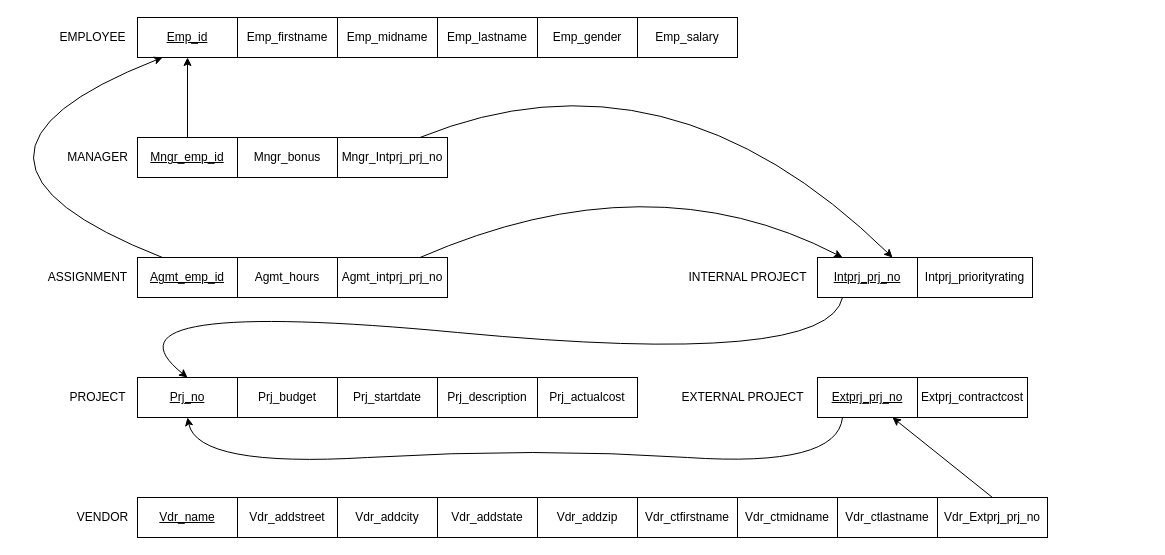
Before: da.drawio in LarryChenCode/IS7020_diagrams, a draw.io diagram. Source tidied: cells renumbered, new cells numbered last; positions are measured from the earlier drawing's top-left corner, leaving out a move shared by most shapes. Both pictures are drawn from the tidied source at 100%, with x=0, y=0 at pixel (-93, 17).
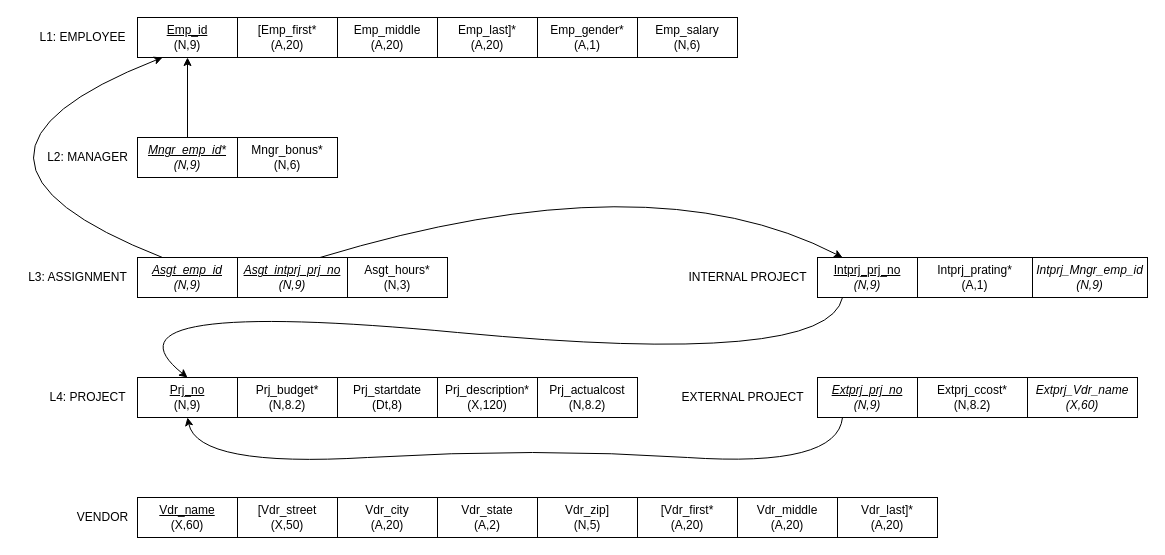
Above is the later version.

Change to the diagram source:
```diff
@@
-    <mxCell id="2" value="EMPLOYEE" style="text;html=1;align=center;verticalAlign=middle;strokeColor=none;fillColor=none;" parent="1" vertex="1">
-      <mxGeometry x="140" y="5" width="90" height="30" as="geometry" />
+    <mxCell id="2" value="L1: EMPLOYEE" style="text;html=1;align=center;verticalAlign=middle;strokeColor=none;fillColor=none;" parent="1" vertex="1">
+      <mxGeometry x="120" y="5" width="110" height="30" as="geometry" />
     </mxCell>
-    <mxCell id="3" value="&lt;u&gt;Emp_id&lt;/u&gt;" style="whiteSpace=wrap;html=1;align=center;" parent="1" vertex="1">
+    <mxCell id="3" value="&lt;u&gt;Emp_id&lt;/u&gt;&lt;div&gt;(N,9)&lt;/div&gt;" style="whiteSpace=wrap;html=1;align=center;" parent="1" vertex="1">
       <mxGeometry x="230" width="100" height="40" as="geometry" />
     </mxCell>
-    <mxCell id="4" value="Emp_firstname" style="whiteSpace=wrap;html=1;align=center;" parent="1" vertex="1">
+    <mxCell id="4" value="[Emp_first*&lt;div&gt;(A,20)&lt;/div&gt;" style="whiteSpace=wrap;html=1;align=center;" parent="1" vertex="1">
       <mxGeometry x="330" width="100" height="40" as="geometry" />
     </mxCell>
-    <mxCell id="5" value="Emp_midname" style="whiteSpace=wrap;html=1;align=center;" parent="1" vertex="1">
+    <mxCell id="5" value="Emp_middle&lt;div&gt;(A,20)&lt;/div&gt;" style="whiteSpace=wrap;html=1;align=center;" parent="1" vertex="1">
       <mxGeometry x="430" width="100" height="40" as="geometry" />
     </mxCell>
-    <mxCell id="6" value="Emp_lastname" style="whiteSpace=wrap;html=1;align=center;" parent="1" vertex="1">
+    <mxCell id="6" value="Emp_last]*&lt;div&gt;(A,20)&lt;/div&gt;" style="whiteSpace=wrap;html=1;align=center;" parent="1" vertex="1">
       <mxGeometry x="530" width="100" height="40" as="geometry" />
     </mxCell>
-    <mxCell id="7" value="MANAGER" style="text;html=1;align=center;verticalAlign=middle;strokeColor=none;fillColor=none;" parent="1" vertex="1">
-      <mxGeometry x="150" y="125" width="80" height="30" as="geometry" />
+    <mxCell id="7" value="L2: MANAGER" style="text;html=1;align=center;verticalAlign=middle;strokeColor=none;fillColor=none;" parent="1" vertex="1">
+      <mxGeometry x="130" y="125" width="100" height="30" as="geometry" />
     </mxCell>
-    <mxCell id="8" value="&lt;u&gt;Mngr_emp_id&lt;/u&gt;" style="whiteSpace=wrap;html=1;align=center;" parent="1" vertex="1">
+    <mxCell id="8" value="&lt;u&gt;&lt;i&gt;Mngr_emp_id*&lt;/i&gt;&lt;/u&gt;&lt;div&gt;&lt;i&gt;(N,9)&lt;/i&gt;&lt;/div&gt;" style="whiteSpace=wrap;html=1;align=center;" parent="1" vertex="1">
       <mxGeometry x="230" y="120" width="100" height="40" as="geometry" />
     </mxCell>
-    <mxCell id="9" value="Mngr_bonus" style="whiteSpace=wrap;html=1;align=center;" parent="1" vertex="1">
+    <mxCell id="9" value="Mngr_bonus*&lt;div&gt;(N,6)&lt;/div&gt;" style="whiteSpace=wrap;html=1;align=center;" parent="1" vertex="1">
       <mxGeometry x="330" y="120" width="100" height="40" as="geometry" />
     </mxCell>
-    <mxCell id="10" value="ASSIGNMENT" style="text;html=1;align=center;verticalAlign=middle;strokeColor=none;fillColor=none;" parent="1" vertex="1">
-      <mxGeometry x="130" y="245" width="100" height="30" as="geometry" />
+    <mxCell id="10" value="L3: ASSIGNMENT" style="text;html=1;align=center;verticalAlign=middle;strokeColor=none;fillColor=none;" parent="1" vertex="1">
+      <mxGeometry x="110" y="245" width="120" height="30" as="geometry" />
     </mxCell>
-    <mxCell id="11" value="Agmt_hours" style="whiteSpace=wrap;html=1;align=center;" parent="1" vertex="1">
-      <mxGeometry x="330" y="240" width="100" height="40" as="geometry" />
+    <mxCell id="11" value="Asgt_hours*&lt;div&gt;(N,3)&lt;/div&gt;" style="whiteSpace=wrap;html=1;align=center;" parent="1" vertex="1">
+      <mxGeometry x="440" y="240" width="100" height="40" as="geometry" />
     </mxCell>
-    <mxCell id="12" value="Emp_gender" style="whiteSpace=wrap;html=1;align=center;" parent="1" vertex="1">
+    <mxCell id="12" value="Emp_gender*&lt;div&gt;(A,1)&lt;/div&gt;" style="whiteSpace=wrap;html=1;align=center;" parent="1" vertex="1">
       <mxGeometry x="630" width="100" height="40" as="geometry" />
     </mxCell>
-    <mxCell id="13" value="Emp_salary" style="whiteSpace=wrap;html=1;align=center;" parent="1" vertex="1">
+    <mxCell id="13" value="Emp_salary&lt;div&gt;(N,6)&lt;/div&gt;" style="whiteSpace=wrap;html=1;align=center;" parent="1" vertex="1">
       <mxGeometry x="730" width="100" height="40" as="geometry" />
     </mxCell>
@@
-    <mxCell id="15" value="Intprj_priorityrating" style="whiteSpace=wrap;html=1;align=center;" parent="1" vertex="1">
+    <mxCell id="15" value="Intprj_prating*&lt;div&gt;(A,1)&lt;/div&gt;" style="whiteSpace=wrap;html=1;align=center;" parent="1" vertex="1">
       <mxGeometry x="1010" y="240" width="115" height="40" as="geometry" />
     </mxCell>
@@
-    <mxCell id="17" value="Extprj_contractcost" style="whiteSpace=wrap;html=1;align=center;" parent="1" vertex="1">
+    <mxCell id="17" value="Extprj_ccost*&lt;div&gt;(N,8.2)&lt;/div&gt;" style="whiteSpace=wrap;html=1;align=center;" parent="1" vertex="1">
       <mxGeometry x="1010" y="360" width="110" height="40" as="geometry" />
     </mxCell>
-    <mxCell id="18" value="PROJECT" style="text;html=1;align=center;verticalAlign=middle;strokeColor=none;fillColor=none;" parent="1" vertex="1">
-      <mxGeometry x="150" y="365" width="80" height="30" as="geometry" />
+    <mxCell id="18" value="L4: PROJECT" style="text;html=1;align=center;verticalAlign=middle;strokeColor=none;fillColor=none;" parent="1" vertex="1">
+      <mxGeometry x="130" y="365" width="100" height="30" as="geometry" />
     </mxCell>
-    <mxCell id="19" value="&lt;u&gt;Prj_no&lt;/u&gt;" style="whiteSpace=wrap;html=1;align=center;" parent="1" vertex="1">
+    <mxCell id="19" value="&lt;u&gt;Prj_no&lt;/u&gt;&lt;div&gt;(N,9)&lt;/div&gt;" style="whiteSpace=wrap;html=1;align=center;" parent="1" vertex="1">
       <mxGeometry x="230" y="360" width="100" height="40" as="geometry" />
     </mxCell>
-    <mxCell id="20" value="Prj_budget" style="whiteSpace=wrap;html=1;align=center;" parent="1" vertex="1">
+    <mxCell id="20" value="Prj_budget*&lt;div&gt;(N,8.2)&lt;/div&gt;" style="whiteSpace=wrap;html=1;align=center;" parent="1" vertex="1">
       <mxGeometry x="330" y="360" width="100" height="40" as="geometry" />
     </mxCell>
-    <mxCell id="21" value="Prj_startdate" style="whiteSpace=wrap;html=1;align=center;" parent="1" vertex="1">
+    <mxCell id="21" value="Prj_startdate&lt;div&gt;(Dt,8)&lt;/div&gt;" style="whiteSpace=wrap;html=1;align=center;" parent="1" vertex="1">
       <mxGeometry x="430" y="360" width="100" height="40" as="geometry" />
     </mxCell>
-    <mxCell id="22" value="Prj_description" style="whiteSpace=wrap;html=1;align=center;" parent="1" vertex="1">
+    <mxCell id="22" value="Prj_description*&lt;div&gt;(X,120)&lt;/div&gt;" style="whiteSpace=wrap;html=1;align=center;" parent="1" vertex="1">
       <mxGeometry x="530" y="360" width="100" height="40" as="geometry" />
     </mxCell>
-    <mxCell id="23" value="Prj_actualcost" style="whiteSpace=wrap;html=1;align=center;" parent="1" vertex="1">
+    <mxCell id="23" value="Prj_actualcost&lt;div&gt;(N,8.2)&lt;/div&gt;" style="whiteSpace=wrap;html=1;align=center;" parent="1" vertex="1">
       <mxGeometry x="630" y="360" width="100" height="40" as="geometry" />
     </mxCell>
-    <mxCell id="24" value="&lt;u&gt;Intprj_prj_no&lt;/u&gt;" style="whiteSpace=wrap;html=1;align=center;" parent="1" vertex="1">
+    <mxCell id="24" value="&lt;u&gt;Intprj_prj_no&lt;/u&gt;&lt;div&gt;&lt;i&gt;(N,9)&lt;/i&gt;&lt;u&gt;&lt;br&gt;&lt;/u&gt;&lt;/div&gt;" style="whiteSpace=wrap;html=1;align=center;" parent="1" vertex="1">
       <mxGeometry x="910" y="240" width="100" height="40" as="geometry" />
     </mxCell>
-    <mxCell id="25" value="&lt;u&gt;Extprj_prj_no&lt;/u&gt;" style="whiteSpace=wrap;html=1;align=center;" parent="1" vertex="1">
+    <mxCell id="25" value="&lt;u&gt;&lt;i&gt;Extprj_prj_no&lt;/i&gt;&lt;/u&gt;&lt;div&gt;&lt;i style=&quot;&quot;&gt;(N,9)&lt;/i&gt;&lt;/div&gt;" style="whiteSpace=wrap;html=1;align=center;" parent="1" vertex="1">
       <mxGeometry x="910" y="360" width="100" height="40" as="geometry" />
     </mxCell>
-    <mxCell id="26" value="Agmt_intprj_prj_no" style="whiteSpace=wrap;html=1;align=center;" parent="1" vertex="1">
-      <mxGeometry x="430" y="240" width="110" height="40" as="geometry" />
+    <mxCell id="26" value="&lt;u&gt;&lt;i&gt;Asgt_intprj_prj_no&lt;/i&gt;&lt;/u&gt;&lt;div&gt;&lt;i style=&quot;&quot;&gt;(N,9)&lt;/i&gt;&lt;/div&gt;" style="whiteSpace=wrap;html=1;align=center;" parent="1" vertex="1">
+      <mxGeometry x="330" y="240" width="110" height="40" as="geometry" />
     </mxCell>
-    <mxCell id="27" value="&lt;u&gt;Agmt_emp_id&lt;/u&gt;" style="whiteSpace=wrap;html=1;align=center;" parent="1" vertex="1">
+    <mxCell id="27" value="&lt;u&gt;&lt;i&gt;Asgt_emp_id&lt;/i&gt;&lt;/u&gt;&lt;div&gt;&lt;i&gt;(N,9)&lt;/i&gt;&lt;/div&gt;" style="whiteSpace=wrap;html=1;align=center;" parent="1" vertex="1">
       <mxGeometry x="230" y="240" width="100" height="40" as="geometry" />
     </mxCell>
-    <mxCell id="28" value="Mngr_Intprj_prj_no" style="whiteSpace=wrap;html=1;align=center;" parent="1" vertex="1">
-      <mxGeometry x="430" y="120" width="110" height="40" as="geometry" />
-    </mxCell>
@@
-    <mxCell id="31" value="&lt;u&gt;Vdr_name&lt;/u&gt;" style="whiteSpace=wrap;html=1;align=center;" parent="1" vertex="1">
+    <mxCell id="31" value="&lt;u&gt;Vdr_name&lt;/u&gt;&lt;div&gt;(X,60)&lt;/div&gt;" style="whiteSpace=wrap;html=1;align=center;" parent="1" vertex="1">
       <mxGeometry x="230" y="480" width="100" height="40" as="geometry" />
     </mxCell>
-    <mxCell id="32" value="Vdr_addstreet" style="whiteSpace=wrap;html=1;align=center;" parent="1" vertex="1">
+    <mxCell id="32" value="[Vdr_street&lt;div&gt;(X,50)&lt;/div&gt;" style="whiteSpace=wrap;html=1;align=center;" parent="1" vertex="1">
       <mxGeometry x="330" y="480" width="100" height="40" as="geometry" />
     </mxCell>
-    <mxCell id="33" value="Vdr_addcity" style="whiteSpace=wrap;html=1;align=center;" parent="1" vertex="1">
+    <mxCell id="33" value="Vdr_city&lt;div&gt;(A,20)&lt;/div&gt;" style="whiteSpace=wrap;html=1;align=center;" parent="1" vertex="1">
       <mxGeometry x="430" y="480" width="100" height="40" as="geometry" />
     </mxCell>
-    <mxCell id="34" value="Vdr_addstate" style="whiteSpace=wrap;html=1;align=center;" parent="1" vertex="1">
+    <mxCell id="34" value="Vdr_state&lt;div&gt;(A,2)&lt;/div&gt;" style="whiteSpace=wrap;html=1;align=center;" parent="1" vertex="1">
       <mxGeometry x="530" y="480" width="100" height="40" as="geometry" />
     </mxCell>
-    <mxCell id="35" value="Vdr_addzip" style="whiteSpace=wrap;html=1;align=center;" parent="1" vertex="1">
+    <mxCell id="35" value="Vdr_zip]&lt;div&gt;(N,5)&lt;/div&gt;" style="whiteSpace=wrap;html=1;align=center;" parent="1" vertex="1">
       <mxGeometry x="630" y="480" width="100" height="40" as="geometry" />
     </mxCell>
-    <mxCell id="36" value="Vdr_ctfirstname" style="whiteSpace=wrap;html=1;align=center;" parent="1" vertex="1">
+    <mxCell id="36" value="[Vdr_first*&lt;div&gt;(A,20)&lt;br&gt;&lt;/div&gt;" style="whiteSpace=wrap;html=1;align=center;" parent="1" vertex="1">
       <mxGeometry x="730" y="480" width="100" height="40" as="geometry" />
     </mxCell>
-    <mxCell id="37" value="Vdr_ctmidname" style="whiteSpace=wrap;html=1;align=center;" parent="1" vertex="1">
+    <mxCell id="37" value="Vdr_middle&lt;div&gt;(A,20)&lt;br&gt;&lt;/div&gt;" style="whiteSpace=wrap;html=1;align=center;" parent="1" vertex="1">
       <mxGeometry x="830" y="480" width="100" height="40" as="geometry" />
     </mxCell>
-    <mxCell id="38" value="Vdr_ctlastname" style="whiteSpace=wrap;html=1;align=center;" parent="1" vertex="1">
+    <mxCell id="38" value="Vdr_last]*&lt;div&gt;(A,20)&lt;/div&gt;" style="whiteSpace=wrap;html=1;align=center;" parent="1" vertex="1">
       <mxGeometry x="930" y="480" width="100" height="40" as="geometry" />
     </mxCell>
-    <mxCell id="39" value="Vdr_Extprj_prj_no" style="whiteSpace=wrap;html=1;align=center;" parent="1" vertex="1">
-      <mxGeometry x="1030" y="480" width="110" height="40" as="geometry" />
-    </mxCell>
@@
-    <mxCell id="41" style="curved=1;endArrow=classic;html=1;rounded=0;exitX=0.75;exitY=0;exitDx=0;exitDy=0;entryX=0.75;entryY=0;entryDx=0;entryDy=0;" parent="1" edge="1" source="28" target="24">
-      <mxGeometry relative="1" as="geometry">
-        <Array as="points">
-          <mxPoint x="760" y="20" />
-        </Array>
-      </mxGeometry>
-    </mxCell>
@@
-    <mxCell id="45" style="endArrow=classic;html=1;rounded=0;entryX=0.75;entryY=1;entryDx=0;entryDy=0;exitX=0.5;exitY=0;exitDx=0;exitDy=0;" parent="1" edge="1" source="39" target="25">
-      <mxGeometry relative="1" as="geometry" />
-    </mxCell>
+    <mxCell id="46" value="&lt;i&gt;Intprj_Mngr_emp_id&lt;/i&gt;&lt;div&gt;&lt;i&gt;(N,9)&lt;/i&gt;&lt;/div&gt;" style="whiteSpace=wrap;html=1;align=center;" parent="1" vertex="1">
+      <mxGeometry x="1125" y="240" width="115" height="40" as="geometry" />
+    </mxCell>
+    <mxCell id="47" value="&lt;i&gt;Extprj_Vdr_name&lt;/i&gt;&lt;div&gt;&lt;i&gt;(X,60)&lt;/i&gt;&lt;/div&gt;" style="whiteSpace=wrap;html=1;align=center;" parent="1" vertex="1">
+      <mxGeometry x="1120" y="360" width="110" height="40" as="geometry" />
+    </mxCell>
```
